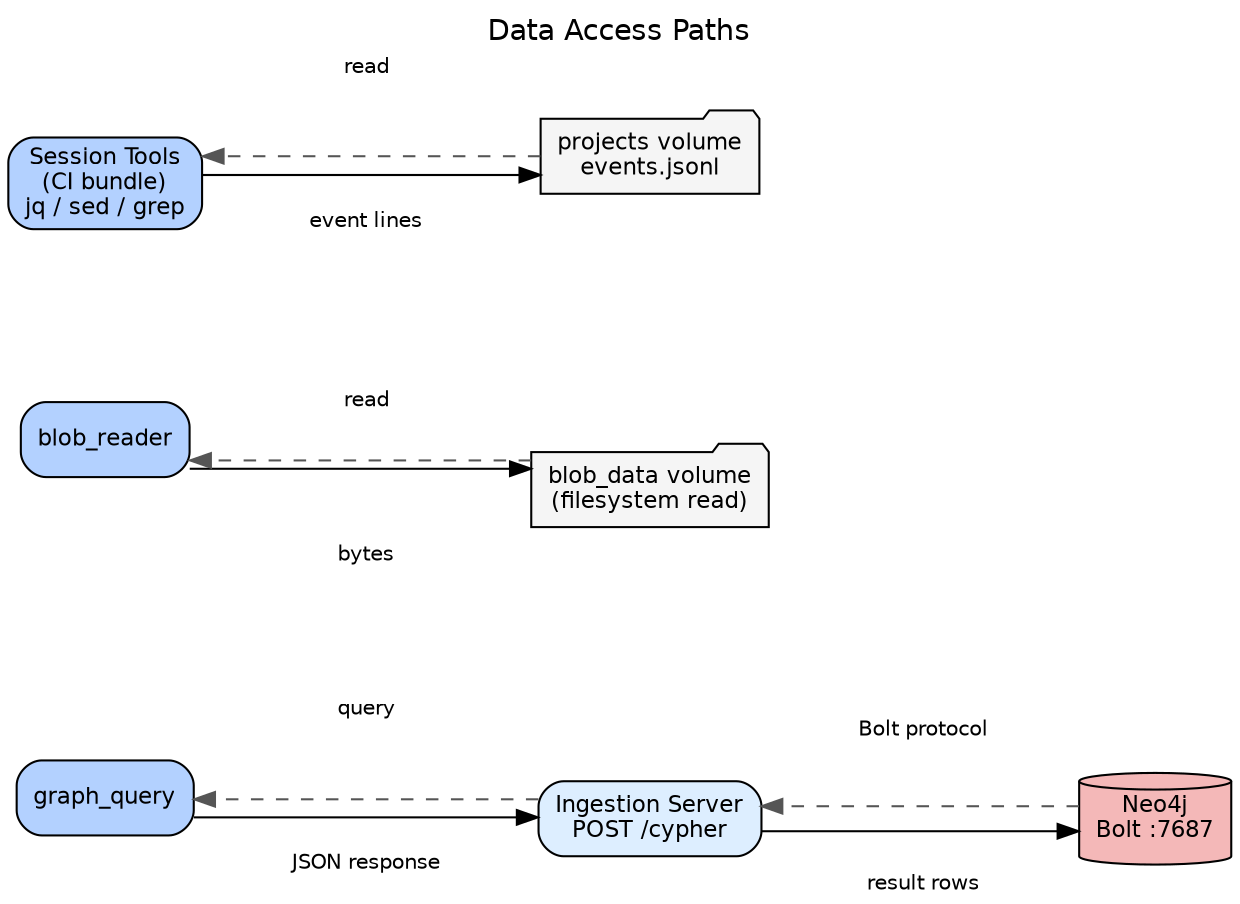
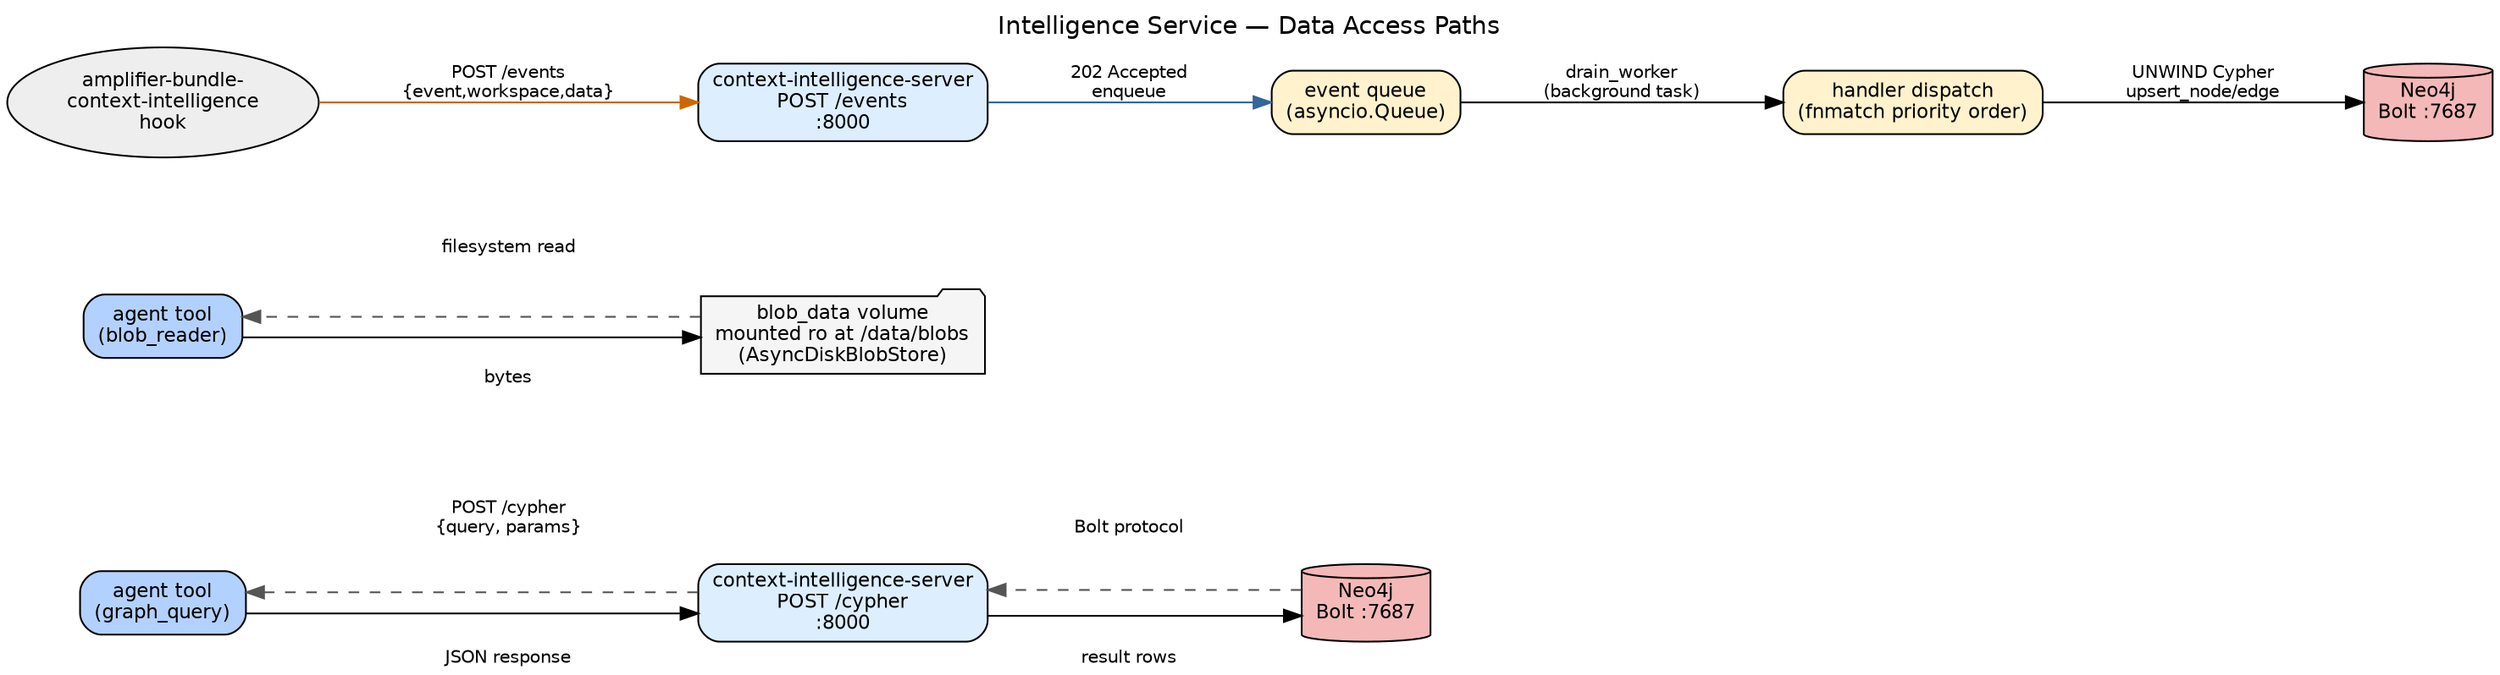
// encoding: utf-8
digraph data_access {
    rankdir=LR
-     graph [fontname="Helvetica" fontsize=12 splines=ortho nodesep=0.8 ranksep=1.2
-            label="Data Access Paths" labelloc=t fontsize=14]
+     graph [fontname="Helvetica" fontsize=12 splines=ortho nodesep=0.8 ranksep=1.3
+            label="Intelligence Service — Data Access Paths" labelloc=t fontsize=14]
    node  [fontname="Helvetica" fontsize=11 shape=box style="rounded,filled"]
    edge  [fontname="Helvetica" fontsize=10]

-     // ── Path 1: Graph Query ───────────────────────────────────────────────────
+     // ── Path 1: Graph Query ──────────────────────────────────────────────────

    graph_query [
-         label="graph_query"
+         label="agent tool\n(graph_query)"
        fillcolor="#b3d1ff"
    ]

    ingestion_cypher [
-         label="Ingestion Server\nPOST /cypher"
+         label="context-intelligence-server\nPOST /cypher\n:8000"
        fillcolor="#ddeeff"
    ]

    neo4j_bolt [
        label="Neo4j\nBolt :7687"
        shape=cylinder
        fillcolor="#f4b8b8"
    ]

-     // ── Path 2: Blob Reader ───────────────────────────────────────────────────
+     // ── Path 2: Blob Read ────────────────────────────────────────────────────

    blob_reader [
-         label="blob_reader"
+         label="agent tool\n(blob_reader)"
        fillcolor="#b3d1ff"
    ]

    blob_data_vol [
-         label="blob_data volume\n(filesystem read)"
+         label="blob_data volume\nmounted ro at /data/blobs\n(AsyncDiskBlobStore)"
        shape=folder
        fillcolor="#f5f5f5"
    ]

-     // ── Path 3: Session Tools ─────────────────────────────────────────────────
+     // ── Path 3: Event Ingestion (inbound) ────────────────────────────────────

-     session_tools [
-         label="Session Tools\n(CI bundle)\njq / sed / grep"
-         fillcolor="#b3d1ff"
+     bundle_hook [
+         label="amplifier-bundle-\ncontext-intelligence\nhook"
+         shape=oval
+         fillcolor="#eeeeee"
    ]

-     projects_vol [
-         label="projects volume\nevents.jsonl"
-         shape=folder
-         fillcolor="#f5f5f5"
+     ingestion_events [
+         label="context-intelligence-server\nPOST /events\n:8000"
+         fillcolor="#ddeeff"
    ]

-     // ── Forward edges (solid) ─────────────────────────────────────────────────
+     event_queue [
+         label="event queue\n(asyncio.Queue)"
+         fillcolor="#fff2cc"
+     ]

-     graph_query  -> ingestion_cypher [label="query"]
-     ingestion_cypher -> neo4j_bolt   [label="Bolt protocol"]
+     handler_dispatch [
+         label="handler dispatch\n(fnmatch priority order)"
+         fillcolor="#fff2cc"
+     ]

-     blob_reader  -> blob_data_vol    [label="read"]
+     neo4j_bolt_ingest [
+         label="Neo4j\nBolt :7687"
+         shape=cylinder
+         fillcolor="#f4b8b8"
+     ]

-     session_tools -> projects_vol    [label="read"]
+     // ── Path 1 edges: Graph Query (solid forward, dashed return) ─────────────

-     // ── Return / response edges (dashed) ──────────────────────────────────────
+     graph_query     -> ingestion_cypher [label="POST /cypher\n{query, params}"]
+     ingestion_cypher -> neo4j_bolt      [label="Bolt protocol"]

-     neo4j_bolt      -> ingestion_cypher [label="result rows" style=dashed color="#555555"]
+     neo4j_bolt       -> ingestion_cypher [label="result rows" style=dashed color="#555555"]
    ingestion_cypher -> graph_query      [label="JSON response" style=dashed color="#555555"]

-     blob_data_vol   -> blob_reader       [label="bytes" style=dashed color="#555555"]
+     // ── Path 2 edges: Blob Read ───────────────────────────────────────────────

-     projects_vol    -> session_tools     [label="event lines" style=dashed color="#555555"]
+     blob_reader  -> blob_data_vol   [label="filesystem read"]
+     blob_data_vol -> blob_reader    [label="bytes" style=dashed color="#555555"]
+ 
+     // ── Path 3 edges: Event Ingestion ─────────────────────────────────────────
+ 
+     bundle_hook      -> ingestion_events [label="POST /events\n{event,workspace,data}" color="#cc6600"]
+     ingestion_events -> event_queue      [label="202 Accepted\nenqueue" color="#336699"]
+     event_queue      -> handler_dispatch [label="drain_worker\n(background task)"]
+     handler_dispatch -> neo4j_bolt_ingest [label="UNWIND Cypher\nupsert_node/edge"]
}
